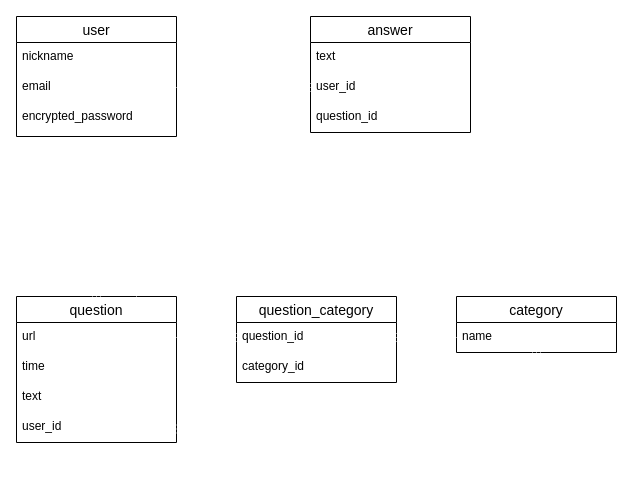
Above: formula.drawio in ikejiri-ohashi/formula (draw.io), before the change. Source tidied: cells renumbered, new cells numbered last; positions are measured from the earlier drawing's top-left corner, leaving out a move shared by most shapes. Both pictures are drawn from the tidied source at 100%, with x=0, y=0 at pixel (16, 16).
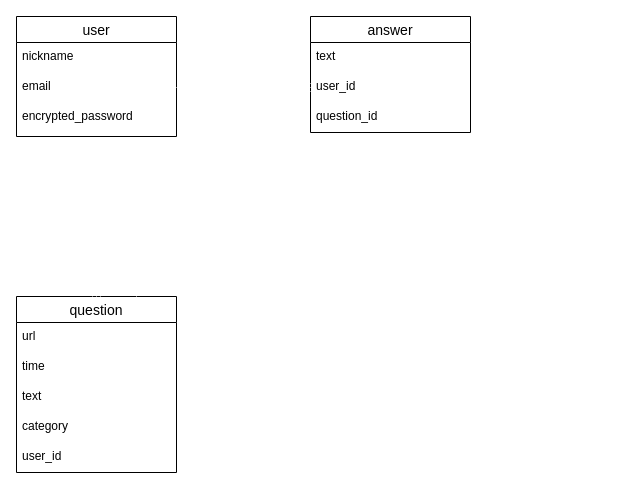
The same diagram, later.

Unchanged cells that the change refers to:
```xml
<mxCell id="9" value="url" style="text;strokeColor=none;fillColor=none;spacingLeft=4;spacingRight=4;overflow=hidden;points=[[0,0.5],[1,0.5]];portConstraint=eastwest;fontSize=12;" parent="8" vertex="1">
  <mxGeometry y="26" width="160" height="30" as="geometry" />
</mxCell>
```

The edit, as a diff of the source:
```diff
@@
-    <mxCell id="2" value="category" style="swimlane;fontStyle=0;horizontal=1;startSize=26;align=center;fontSize=14;" parent="1" vertex="1">
-      <mxGeometry x="440" y="280" width="160" height="56" as="geometry" />
-    </mxCell>
-    <mxCell id="3" value="name" style="text;strokeColor=none;fillColor=none;spacingLeft=4;spacingRight=4;overflow=hidden;points=[[0,0.5],[1,0.5]];portConstraint=eastwest;fontSize=12;" parent="2" vertex="1">
-      <mxGeometry y="26" width="160" height="30" as="geometry" />
-    </mxCell>
@@
     <mxCell id="8" value="question" style="swimlane;fontStyle=0;horizontal=1;startSize=26;align=center;fontSize=14;" parent="1" vertex="1">
-      <mxGeometry y="280" width="160" height="146" as="geometry" />
+      <mxGeometry y="280" width="160" height="176" as="geometry" />
     </mxCell>
@@
+    <mxCell id="2" value="category" style="text;strokeColor=none;fillColor=none;spacingLeft=4;spacingRight=4;overflow=hidden;fontSize=12;" parent="8" vertex="1">
+      <mxGeometry y="116" width="160" height="30" as="geometry" />
+    </mxCell>
     <mxCell id="12" value="user_id" style="text;strokeColor=none;fillColor=none;spacingLeft=4;spacingRight=4;overflow=hidden;fontSize=12;" parent="8" vertex="1">
-      <mxGeometry y="116" width="160" height="30" as="geometry" />
+      <mxGeometry y="146" width="160" height="30" as="geometry" />
     </mxCell>
@@
-    <mxCell id="20" value="question_category" style="swimlane;fontStyle=0;horizontal=1;startSize=26;align=center;fontSize=14;" parent="1" vertex="1">
-      <mxGeometry x="220" y="280" width="160" height="86" as="geometry" />
-    </mxCell>
-    <mxCell id="21" value="question_id" style="text;strokeColor=none;fillColor=none;spacingLeft=4;spacingRight=4;overflow=hidden;points=[[0,0.5],[1,0.5]];portConstraint=eastwest;fontSize=12;" parent="20" vertex="1">
-      <mxGeometry y="26" width="160" height="30" as="geometry" />
-    </mxCell>
-    <mxCell id="22" value="category_id" style="text;strokeColor=none;fillColor=none;spacingLeft=4;spacingRight=4;overflow=hidden;fontSize=12;" parent="20" vertex="1">
-      <mxGeometry y="56" width="160" height="30" as="geometry" />
-    </mxCell>
-    <mxCell id="23" style="edgeStyle=none;rounded=0;jettySize=auto;html=1;startArrow=ERone;startFill=0;endArrow=ERmany;endFill=0;strokeColor=#FFFFFF;entryX=0;entryY=0.5;entryDx=0;entryDy=0;exitX=1;exitY=0.5;exitDx=0;exitDy=0;" parent="1" edge="1" source="9" target="21">
-      <mxGeometry relative="1" as="geometry" />
-    </mxCell>
-    <mxCell id="24" style="edgeStyle=none;rounded=0;jettySize=auto;html=1;startArrow=ERone;startFill=0;endArrow=ERmany;endFill=0;strokeColor=#FFFFFF;exitX=0;exitY=0.5;exitDx=0;exitDy=0;entryX=1;entryY=0.5;entryDx=0;entryDy=0;" parent="1" edge="1" source="3" target="21">
-      <mxGeometry relative="1" as="geometry" />
-    </mxCell>
-    <mxCell id="25" style="edgeStyle=none;rounded=0;jettySize=auto;html=1;startArrow=ERmany;startFill=0;endArrow=ERmany;endFill=0;strokeColor=#FFFFFF;exitX=0.75;exitY=0;exitDx=0;exitDy=0;" parent="1" edge="1" target="3">
-      <mxGeometry relative="1" as="geometry">
-        <mxPoint x="160" y="412.5" as="sourcePoint" />
-        <Array as="points">
-          <mxPoint x="520" y="413" />
-        </Array>
-      </mxGeometry>
-    </mxCell>
```
